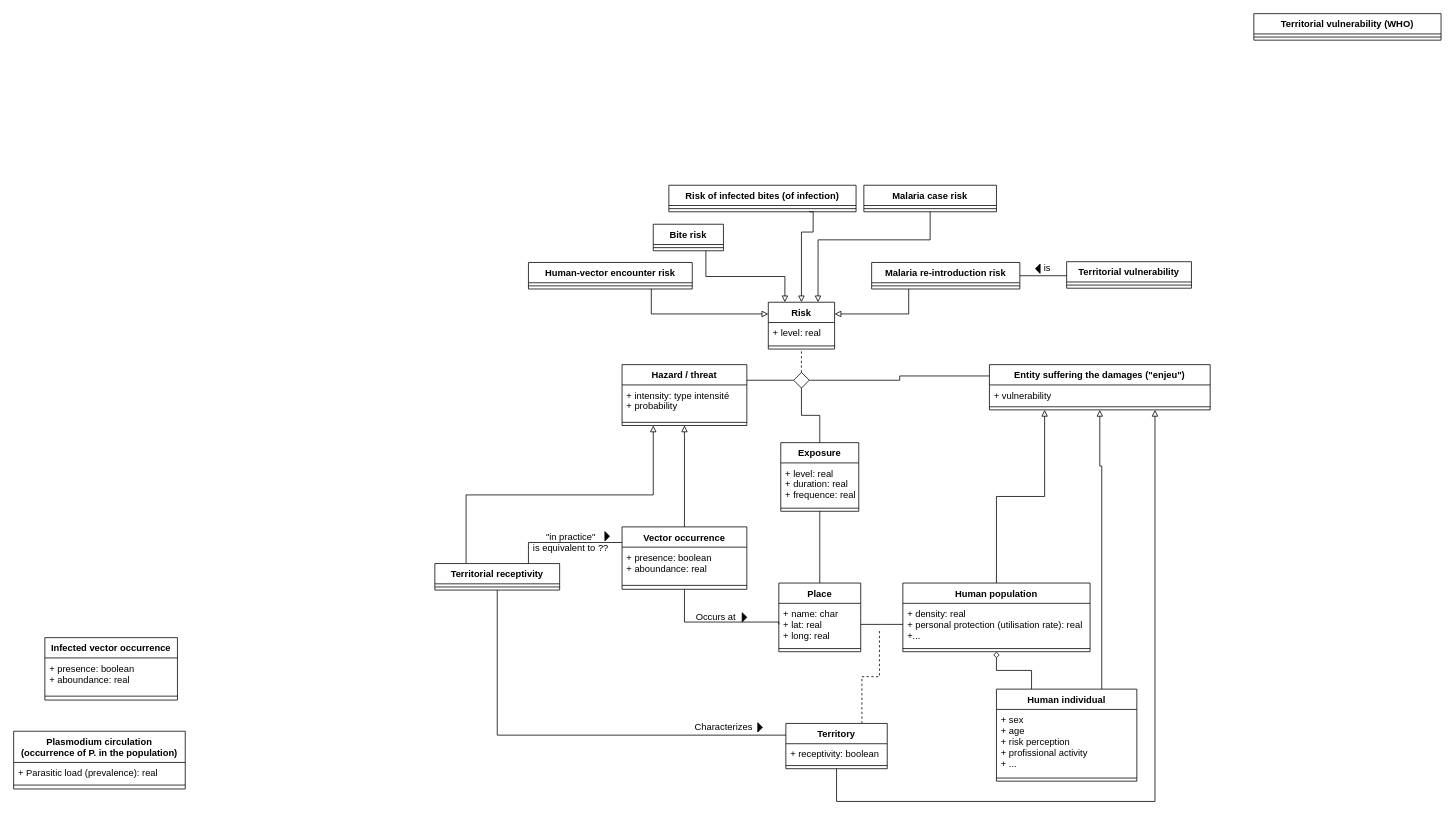
This is global_model_EN.drawio from EmmanuelRouxIRD/PROGYSAT-VecTrans, a draw.io file, before an edit. Source tidied: cells renumbered, new cells numbered last; positions are measured from the earlier drawing's top-left corner, leaving out a move shared by most shapes. Both pictures are drawn from the tidied source at 78%, with x=0, y=0 at pixel (13, 13).
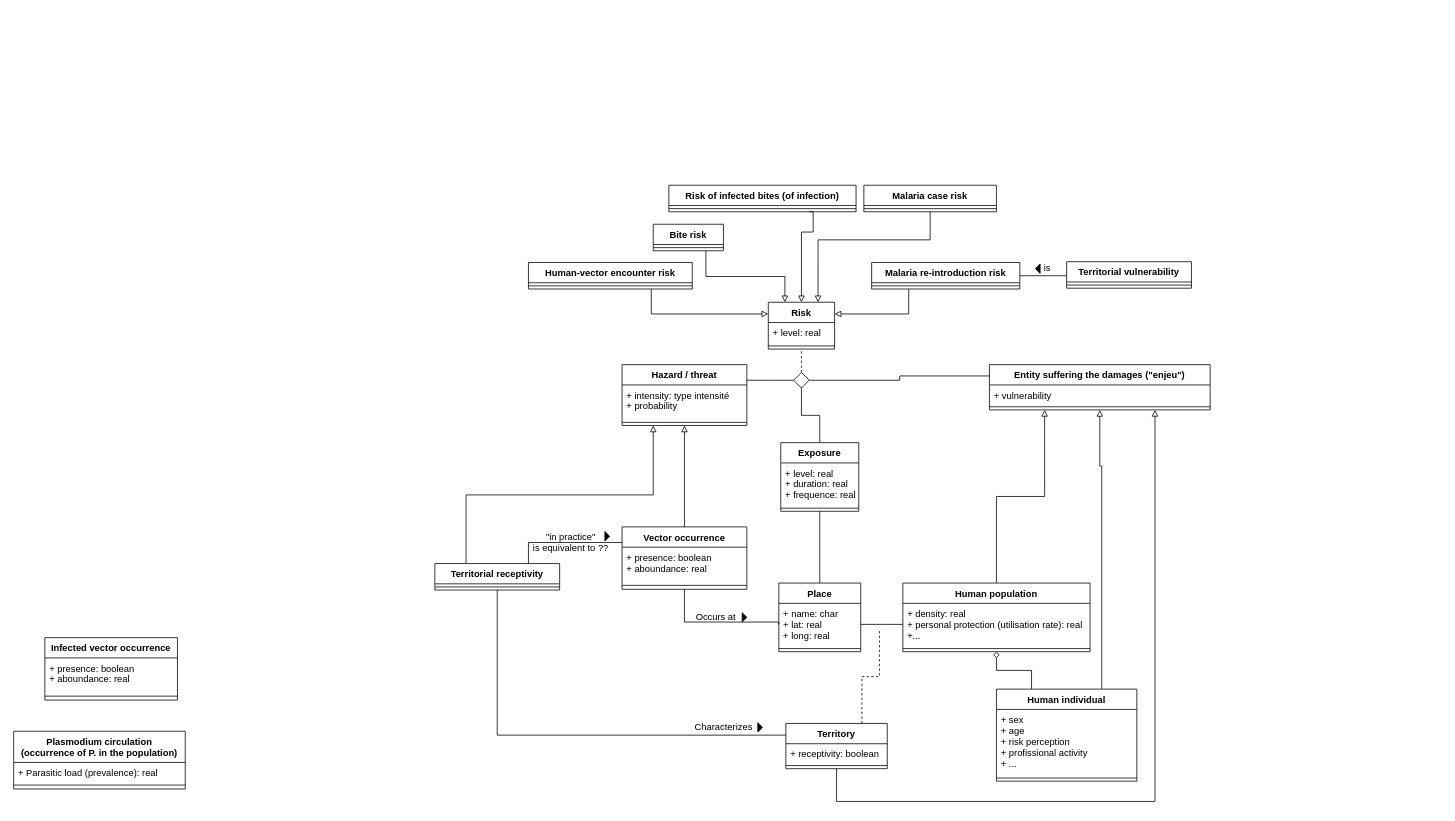
Above is the later version.

Commit message:
Mettre à jour global_model_EN.drawio

The edit, as a diff of the source:
```diff
@@
-    <mxCell id="46" value="Territorial vulnerability (WHO)" style="swimlane;fontStyle=1;align=center;verticalAlign=top;horizontal=1;startSize=26;" parent="1" vertex="1">
-      <mxGeometry x="1590" width="240" height="34" as="geometry" />
-    </mxCell>
-    <mxCell id="47" style="line;strokeWidth=1;fillColor=none;align=left;verticalAlign=middle;spacingTop=-1;spacingLeft=3;spacingRight=3;labelPosition=right;" parent="46" vertex="1">
-      <mxGeometry y="26" width="240" height="8" as="geometry" />
-    </mxCell>
```
